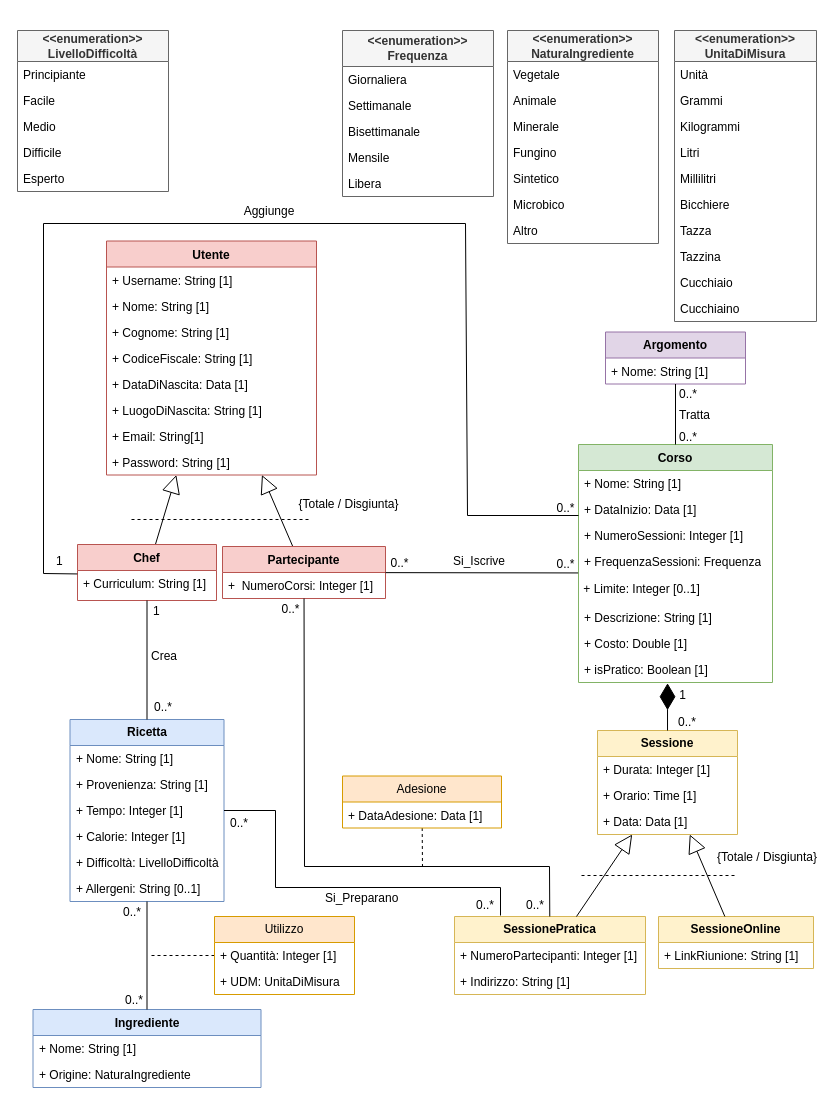
This is page "Pagina-1" (1 of 2) of Database/tmp concettuale/UninaFoodLab_UML.drawio from kiyx/UninaFoodLab, a draw.io file, before an edit. Source tidied: cells renumbered, new cells numbered last; positions are measured from the earlier drawing's top-left corner, leaving out a move shared by most shapes. Both pictures are drawn from the tidied source at 100%, with x=0, y=0 at pixel (17, 30).
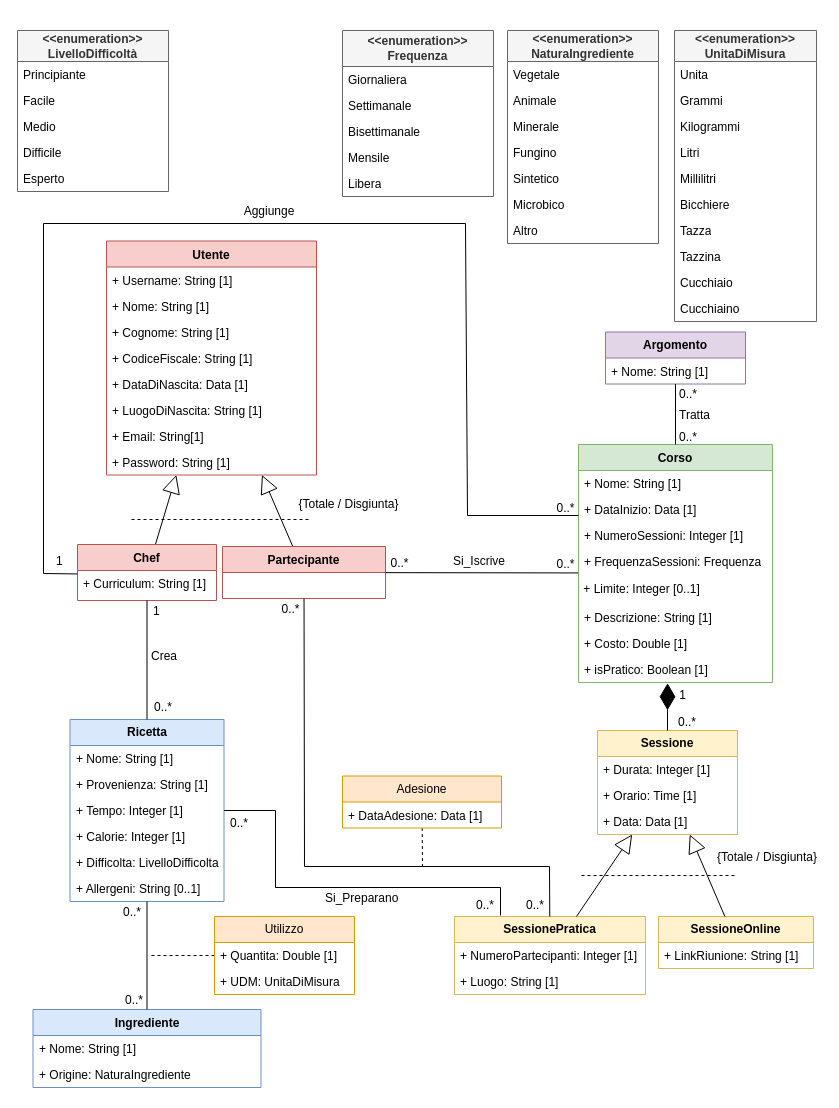
Above is the later version.

Commit message (it also covers changes not shown here):
Remove NumeroCorsi from Partecipante and related triggers

Unchanged cells that the change refers to:
```xml
<mxCell id="26" value="&lt;b&gt;SessionePratica&lt;/b&gt;" style="swimlane;fontStyle=0;horizontal=1;startSize=26;whiteSpace=wrap;html=1;fillColor=#fff2cc;strokeColor=#d6b656;" parent="1" vertex="1">
  <mxGeometry x="437" y="886" width="191" height="78" as="geometry" />
</mxCell>
<mxCell id="33" value="&lt;b&gt;Ricetta&lt;/b&gt;" style="swimlane;fontStyle=0;horizontal=1;startSize=26;whiteSpace=wrap;html=1;fillColor=#dae8fc;strokeColor=#6c8ebf;" parent="1" vertex="1">
  <mxGeometry x="52.5" y="689" width="154" height="182" as="geometry" />
</mxCell>
<mxCell id="41" value="Utilizzo" style="swimlane;fontStyle=0;horizontal=1;startSize=26;fillColor=#ffe6cc;whiteSpace=wrap;html=1;strokeColor=#d79b00;" parent="1" vertex="1">
  <mxGeometry x="197" y="886" width="140" height="78" as="geometry" />
</mxCell>
<mxCell id="50" value="Partecipante" style="swimlane;fontStyle=1;align=center;verticalAlign=top;horizontal=1;startSize=26;whiteSpace=wrap;html=1;fillColor=#f8cecc;strokeColor=#b85450;" parent="1" vertex="1">
  <mxGeometry x="205" y="516" width="163" height="52" as="geometry" />
</mxCell>
<mxCell id="103" value="&lt;div&gt;&lt;span style=&quot;font-weight: 700;&quot;&gt;&amp;lt;&amp;lt;enumeration&amp;gt;&amp;gt;&lt;/span&gt;&lt;b&gt;&lt;/b&gt;&lt;/div&gt;&lt;div&gt;&lt;b&gt;UnitaDiMisura&lt;/b&gt;&lt;/div&gt;" style="swimlane;fontStyle=0;horizontal=1;startSize=31;fillColor=#f5f5f5;whiteSpace=wrap;html=1;strokeColor=#666666;fontColor=#333333;" parent="1" vertex="1">
  <mxGeometry x="657" width="142" height="291" as="geometry" />
</mxCell>
```

Diff of the diagram source:
```diff
@@
-    <mxCell id="28" value="+ Indirizzo: String [1]" style="text;strokeColor=none;fillColor=none;align=left;verticalAlign=top;spacingLeft=4;spacingRight=4;overflow=hidden;whiteSpace=wrap;html=1;" parent="26" vertex="1">
+    <mxCell id="28" value="+ Luogo:&lt;span style=&quot;background-color: transparent; color: light-dark(rgb(0, 0, 0), rgb(255, 255, 255));&quot;&gt;&amp;nbsp;String [1]&lt;/span&gt;" style="text;strokeColor=none;fillColor=none;align=left;verticalAlign=top;spacingLeft=4;spacingRight=4;overflow=hidden;whiteSpace=wrap;html=1;" parent="26" vertex="1">
       <mxGeometry y="52" width="191" height="26" as="geometry" />
     </mxCell>
@@
-    <mxCell id="38" value="+ Difficoltà: LivelloDifficoltà" style="text;strokeColor=none;fillColor=none;align=left;verticalAlign=top;spacingLeft=4;spacingRight=4;overflow=hidden;whiteSpace=wrap;html=1;" parent="33" vertex="1">
+    <mxCell id="38" value="+ Difficolta: LivelloDifficolta" style="text;strokeColor=none;fillColor=none;align=left;verticalAlign=top;spacingLeft=4;spacingRight=4;overflow=hidden;whiteSpace=wrap;html=1;" parent="33" vertex="1">
       <mxGeometry y="130" width="154" height="26" as="geometry" />
     </mxCell>
@@
-    <mxCell id="42" value="+ Quantità: Integer [1]" style="text;strokeColor=none;fillColor=none;align=left;verticalAlign=top;spacingLeft=4;spacingRight=4;overflow=hidden;whiteSpace=wrap;html=1;" parent="41" vertex="1">
+    <mxCell id="42" value="+ Quantita: Double [1]" style="text;strokeColor=none;fillColor=none;align=left;verticalAlign=top;spacingLeft=4;spacingRight=4;overflow=hidden;whiteSpace=wrap;html=1;" parent="41" vertex="1">
       <mxGeometry y="26" width="140" height="26" as="geometry" />
     </mxCell>
@@
-    <mxCell id="51" value="+&amp;nbsp; NumeroCorsi: Integer [1]" style="text;strokeColor=none;fillColor=none;align=left;verticalAlign=top;spacingLeft=4;spacingRight=4;overflow=hidden;whiteSpace=wrap;html=1;" parent="50" vertex="1">
-      <mxGeometry y="26" width="163" height="26" as="geometry" />
-    </mxCell>
@@
-    <mxCell id="104" value="Unità" style="text;strokeColor=none;fillColor=none;align=left;verticalAlign=top;spacingLeft=4;spacingRight=4;overflow=hidden;whiteSpace=wrap;html=1;" parent="103" vertex="1">
+    <mxCell id="104" value="Unita" style="text;strokeColor=none;fillColor=none;align=left;verticalAlign=top;spacingLeft=4;spacingRight=4;overflow=hidden;whiteSpace=wrap;html=1;" parent="103" vertex="1">
       <mxGeometry y="31" width="142" height="26" as="geometry" />
     </mxCell>
```
